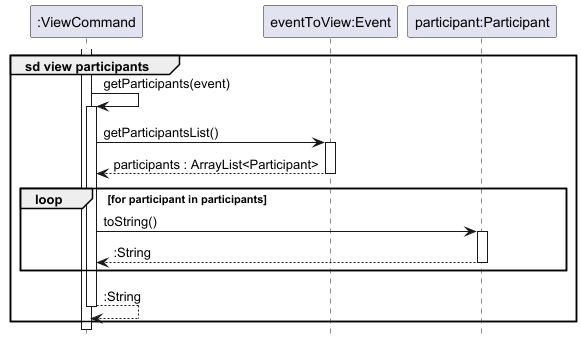
nus-cs2113-AY2425S1/tp keeps this PlantUML diagram as docs/images/ViewParticipantSequenceDiagram.png. Above is the earlier version.
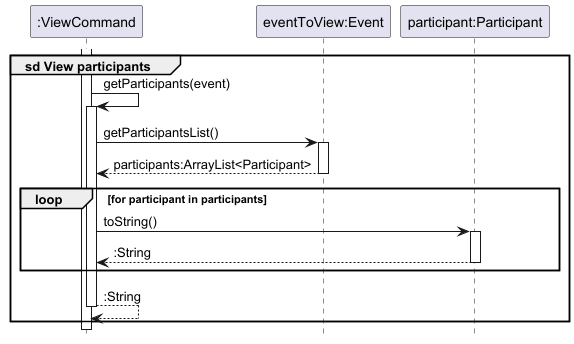
After the change.

What changed in the source:
```diff
@@ -6,7 +6,7 @@
 participant "eventToView:Event" as event
 participant "participant:Participant" as participant
 
-group sd view participants
+group sd View participants
     activate command
     command -> command : getParticipants(event)
     activate command
@@ -14,7 +14,7 @@
     command -> event : getParticipantsList()
     activate event
 
-    return participants : ArrayList<Participant>
+    return participants:ArrayList<Participant>
 
     loop for participant in participants
         command -> participant : toString()
```
